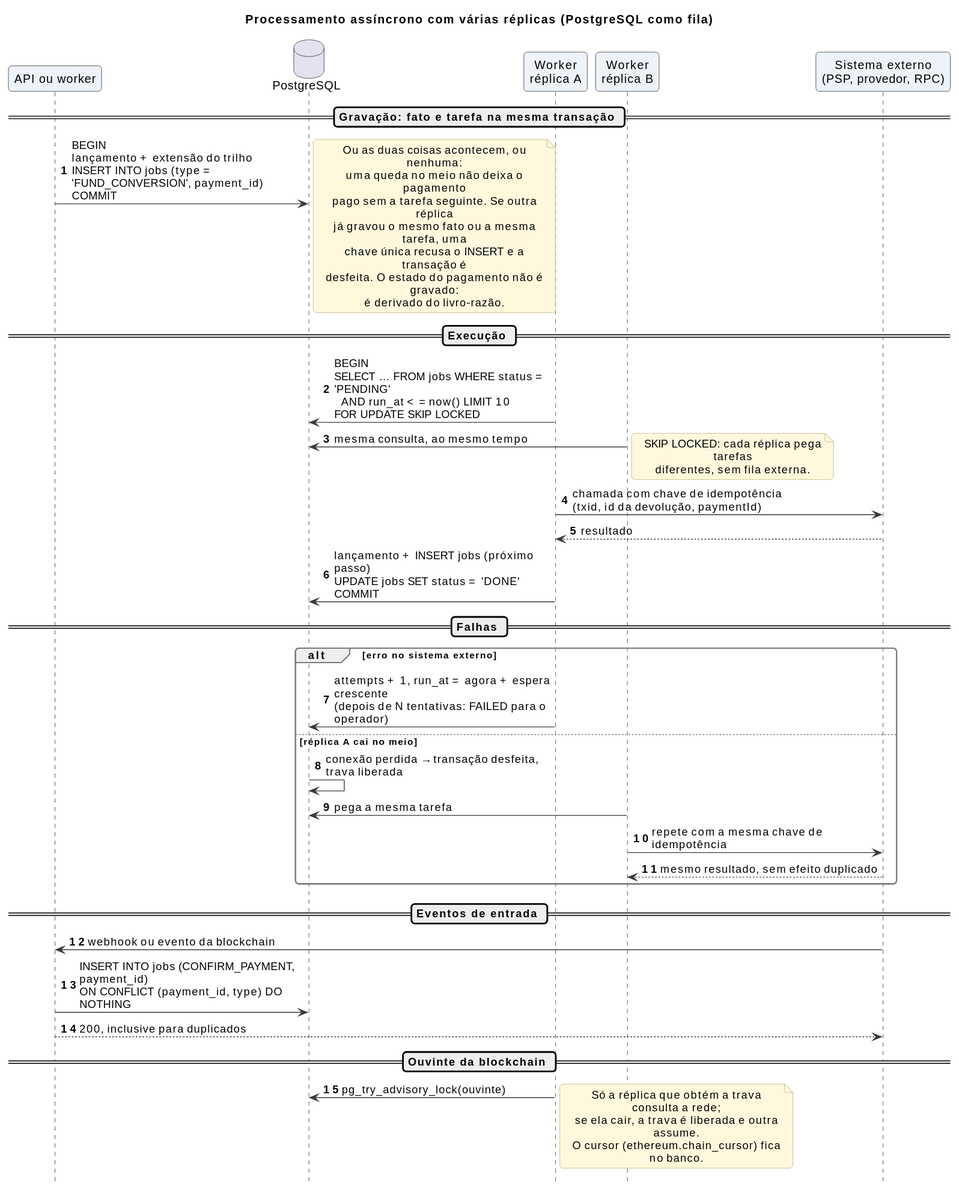
Above: docs/diagrams/svg/fluxos/seq-processamento-assincrono.svg in BrunoViotto18/Pixeth (PlantUML), before the change.
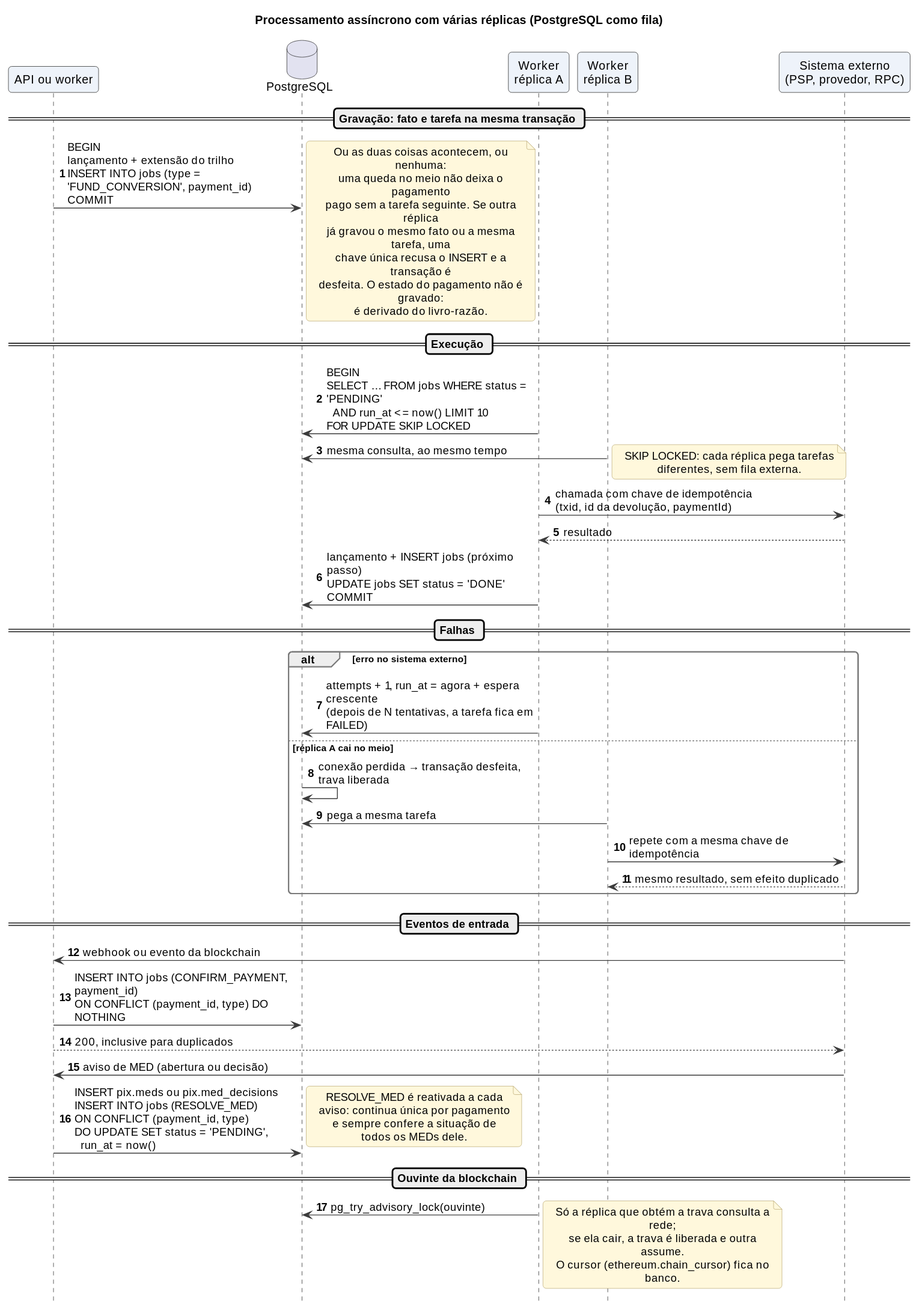
After the commit.

Change to the diagram source:
```diff
@@ -36,7 +36,7 @@
 
 == Falhas ==
 alt erro no sistema externo
-  WA -> DB : attempts + 1, run_at = agora + espera crescente\n(depois de N tentativas: FAILED para o operador)
+  WA -> DB : attempts + 1, run_at = agora + espera crescente\n(depois de N tentativas, a tarefa fica em FAILED)
 else réplica A cai no meio
   DB -> DB : conexão perdida → transação desfeita,\ntrava liberada
   WB -> DB : pega a mesma tarefa
@@ -48,6 +48,14 @@
 EXT -> S : webhook ou evento da blockchain
 S -> DB : INSERT INTO jobs (CONFIRM_PAYMENT, payment_id)\nON CONFLICT (payment_id, type) DO NOTHING
 S --> EXT : 200, inclusive para duplicados
+EXT -> S : aviso de MED (abertura ou decisão)
+S -> DB : INSERT pix.meds ou pix.med_decisions\nINSERT INTO jobs (RESOLVE_MED)\nON CONFLICT (payment_id, type)\nDO UPDATE SET status = 'PENDING',\n  run_at = now()
+note right
+  RESOLVE_MED é reativada a cada
+  aviso: continua única por pagamento
+  e sempre confere a situação de
+  todos os MEDs dele.
+end note
 
 == Ouvinte da blockchain ==
 WA -> DB : pg_try_advisory_lock(ouvinte)
```
